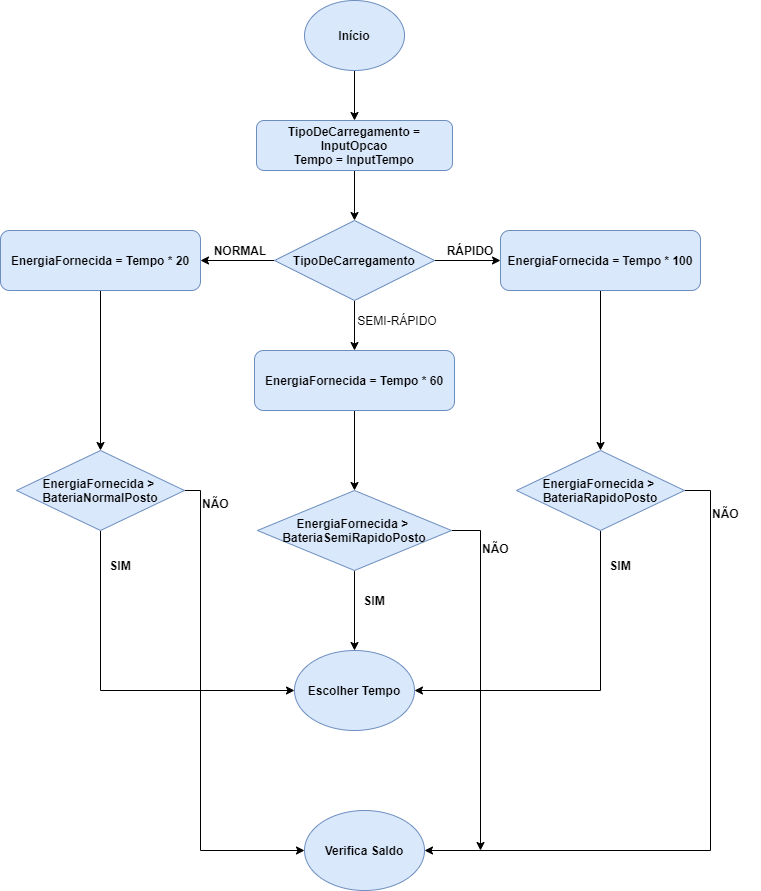
This is TempoDescarregaPosto.png from ProgRub/Proj2AC, a draw.io export, as it was before one commit. Source tidied: cells renumbered, new cells last; positions are measured from the earlier drawing's top-left corner, leaving out a move shared by most shapes.
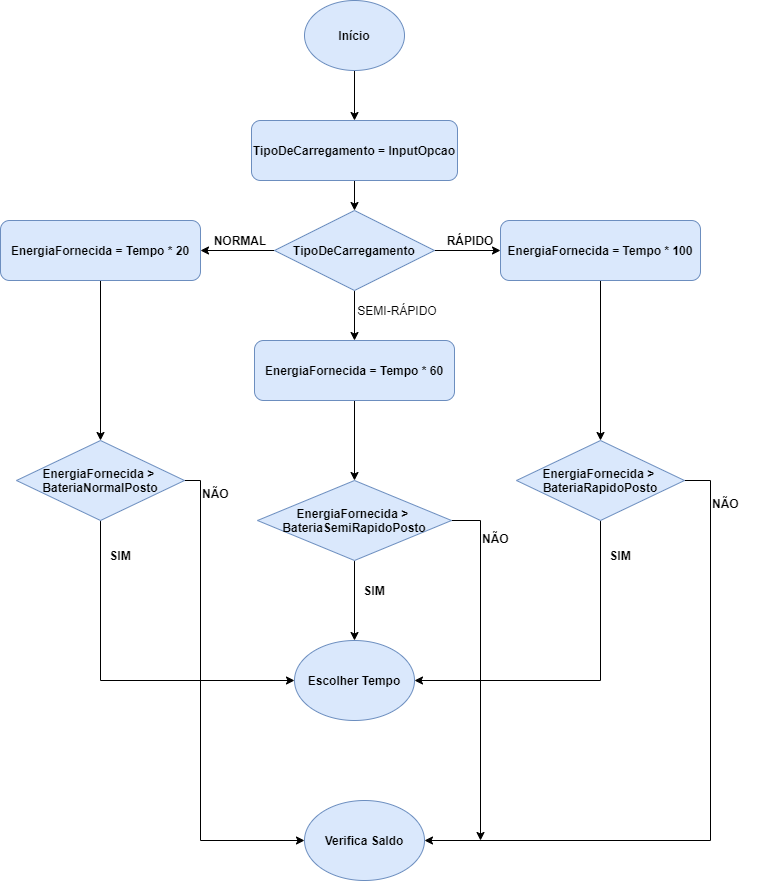
The same file after the commit.

Change to the diagram source:
```diff
@@ -2,18 +2,12 @@
   <root>
     <mxCell id="0" />
     <mxCell id="1" parent="0" />
-    <mxCell id="2" style="edgeStyle=orthogonalEdgeStyle;rounded=0;jettySize=auto;html=1;entryX=0.5;entryY=0;entryDx=0;entryDy=0;" parent="1" edge="1" source="3" target="5">
-      <mxGeometry relative="1" as="geometry" />
-    </mxCell>
+    <mxCell id="36" style="edgeStyle=orthogonalEdgeStyle;rounded=0;jettySize=auto;html=1;entryX=0.5;entryY=0;entryDx=0;entryDy=0;" parent="1" edge="1" source="3" target="38">
+      <mxGeometry relative="1" as="geometry" />
+    </mxCell>
     <mxCell id="3" value="Início" style="ellipse;whiteSpace=wrap;html=1;fontStyle=1;fillColor=#dae8fc;strokeColor=#6c8ebf;" parent="1" vertex="1">
-      <mxGeometry x="304" width="100" height="70" as="geometry" />
+      <mxGeometry x="304" y="10" width="100" height="70" as="geometry" />
     </mxCell>
-    <mxCell id="4" style="edgeStyle=orthogonalEdgeStyle;rounded=0;jettySize=auto;html=1;entryX=0.5;entryY=0;entryDx=0;entryDy=0;" parent="1" edge="1" source="5" target="9">
-      <mxGeometry relative="1" as="geometry" />
-    </mxCell>
-    <mxCell id="5" value="TipoDeCarregamento = InputOpcao&lt;br&gt;Tempo = InputTempo" style="rounded=1;whiteSpace=wrap;html=1;fontStyle=1;fillColor=#dae8fc;strokeColor=#6c8ebf;" parent="1" vertex="1">
-      <mxGeometry x="256" y="120" width="196" height="50" as="geometry" />
-    </mxCell>
     <mxCell id="6" style="edgeStyle=orthogonalEdgeStyle;rounded=0;jettySize=auto;html=1;entryX=0.5;entryY=0;entryDx=0;entryDy=0;" parent="1" edge="1" source="9" target="15">
       <mxGeometry relative="1" as="geometry" />
     </mxCell>
@@ -124,5 +118,11 @@
     <mxCell id="35" value="&lt;div&gt;NÃO&lt;/div&gt;" style="text;whiteSpace=wrap;html=1;fontStyle=1;" parent="1" vertex="1">
       <mxGeometry x="200" y="490" width="50" height="20" as="geometry" />
     </mxCell>
+    <mxCell id="37" style="edgeStyle=orthogonalEdgeStyle;rounded=0;jettySize=auto;html=1;" parent="1" edge="1" source="38" target="9">
+      <mxGeometry relative="1" as="geometry" />
+    </mxCell>
+    <mxCell id="38" value="TipoDeCarregamento = InputOpcao" style="rounded=1;whiteSpace=wrap;html=1;fillColor=#dae8fc;strokeColor=#6c8ebf;fontStyle=1;" parent="1" vertex="1">
+      <mxGeometry x="251" y="130" width="206" height="60" as="geometry" />
+    </mxCell>
   </root>
 </mxGraphModel>
```
